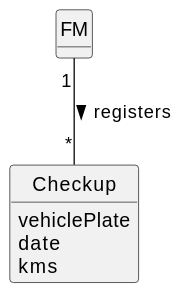
The PlantUML diagram docs/sprintB/us007/02.analysis/svg/us007-domain-model.svg in Departamento-de-Engenharia-Informatica/lei-24-s2-1dm-g132, before a commit. The source it was exported from:
```plantuml
@startuml
skinparam monochrome true
skinparam packageStyle rectangle
skinparam shadowing false

skinparam classAttributeIconSize 0

hide circle
hide methods



class FM {
}


class Checkup {
vehiclePlate
    date
    kms
}

FM "1" -- "*" Checkup : registers >
@enduml
```
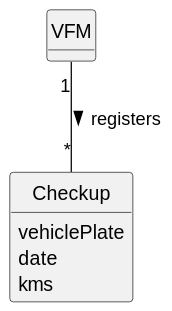
After the change.

What changed in the source:
```diff
@@ -10,7 +10,7 @@
 
 
 
-class FM {
+class VFM {
 }
 
 
@@ -20,5 +20,5 @@
     kms
 }
 
-FM "1" -- "*" Checkup : registers >
+VFM "1" -- "*" Checkup : registers >
 @enduml
```
